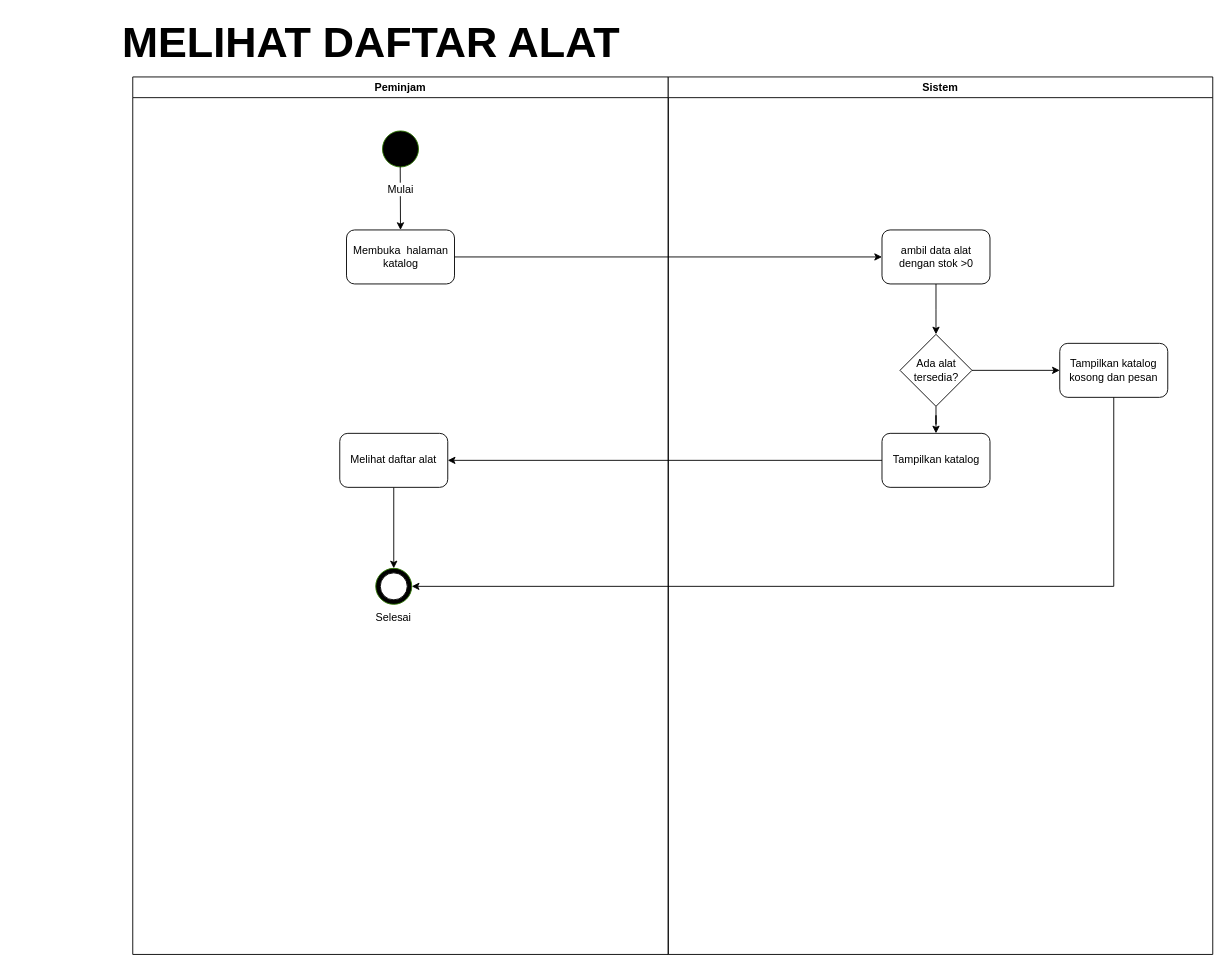
The draw.io diagram page "Melihat daftar alat" (12 of 15) of Diagram Tanpa Judul.drawio in sintaannisa/Aplikasi-Peminjaman-Alat, before the edit. Source tidied: cells renumbered, new cells numbered last; positions are measured from the earlier drawing's top-left corner, leaving out a move shared by most shapes. Both pictures are drawn from the tidied source at 90%, with x=0, y=0 at pixel (15, 28).
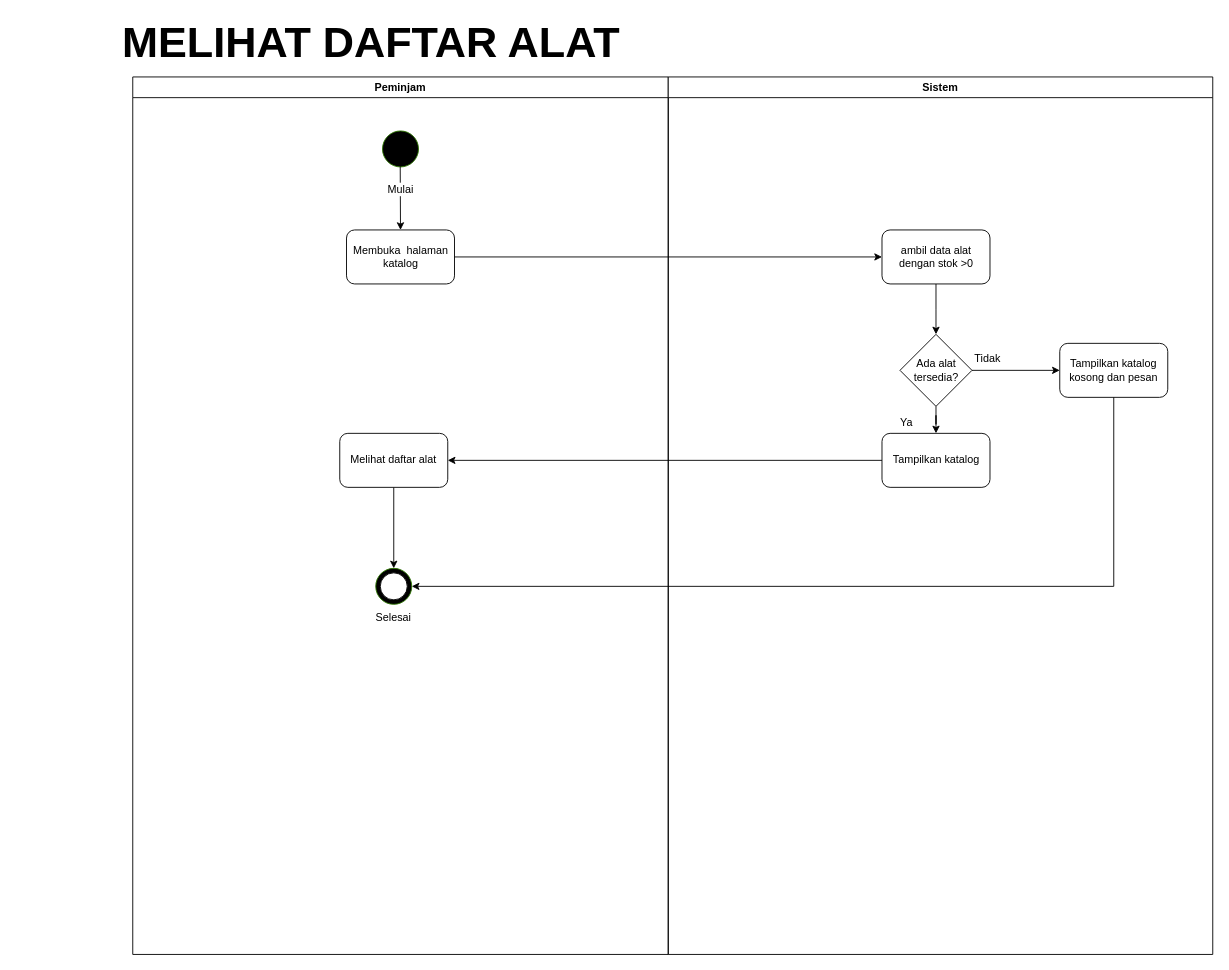
The same diagram, later.

Unchanged cells that the change refers to:
```xml
<mxCell id="12" value="Sistem" style="swimlane;whiteSpace=wrap;html=1;" parent="1" vertex="1">
  <mxGeometry x="725" y="54" width="605" height="975" as="geometry" />
</mxCell>
```

The edit, as a diff of the source:
```diff
@@
+    <mxCell id="25" value="Ya&lt;div&gt;&lt;br&gt;&lt;/div&gt;" style="text;html=1;whiteSpace=wrap;strokeColor=none;fillColor=none;align=center;verticalAlign=middle;rounded=0;" parent="12" vertex="1">
+      <mxGeometry x="235" y="376" width="60" height="30" as="geometry" />
+    </mxCell>
+    <mxCell id="26" value="Tidak" style="text;html=1;whiteSpace=wrap;strokeColor=none;fillColor=none;align=center;verticalAlign=middle;rounded=0;" parent="12" vertex="1">
+      <mxGeometry x="325" y="298" width="60" height="30" as="geometry" />
+    </mxCell>
```
